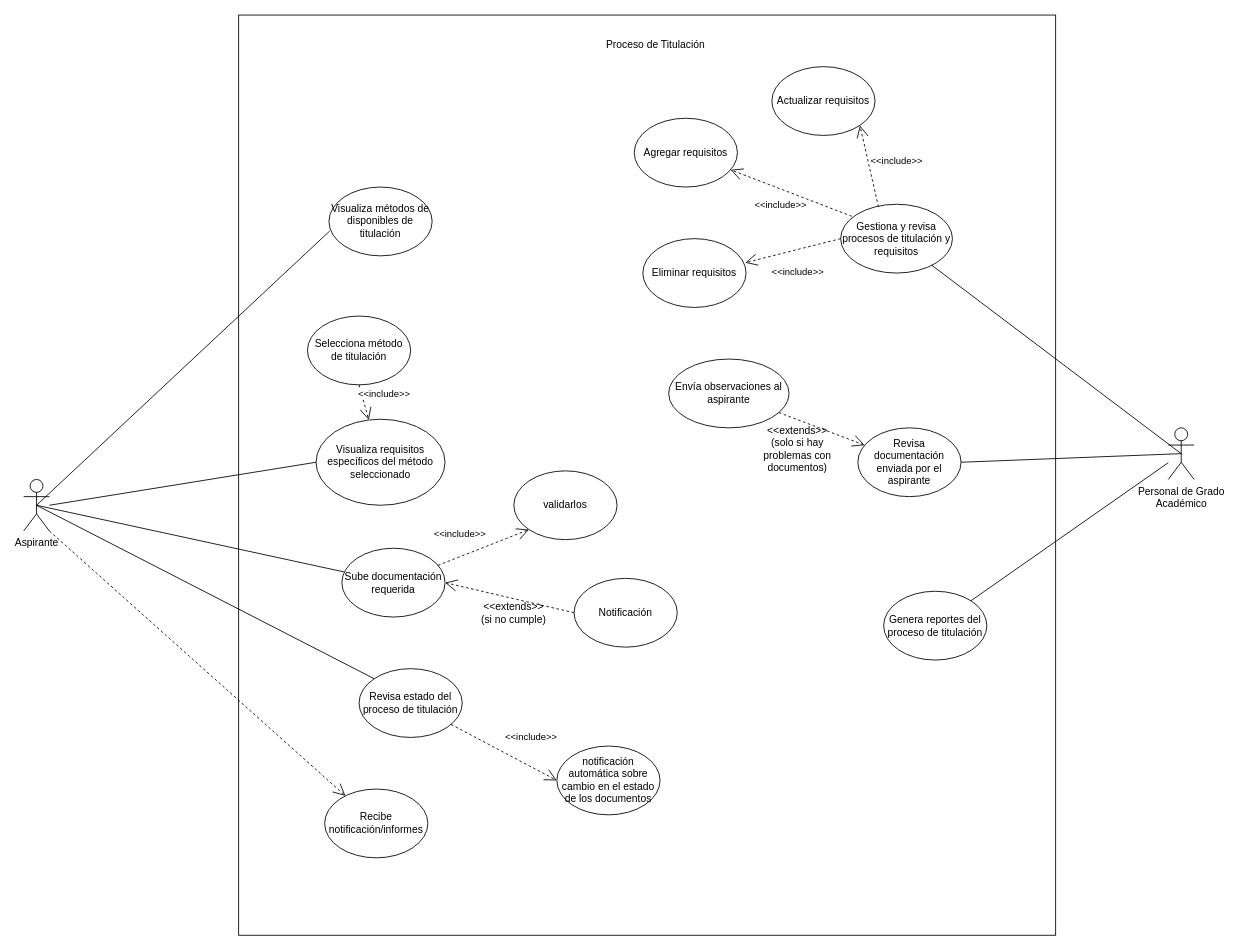
The draw.io diagram caso_uso_titulate.drawio in DrAtl30/potro_titulate, before the edit. Source tidied: cells renumbered, new cells numbered last; positions are measured from the earlier drawing's top-left corner, leaving out a move shared by most shapes. Both pictures are drawn from the tidied source at 86%, with x=0, y=0 at pixel (23, 15).
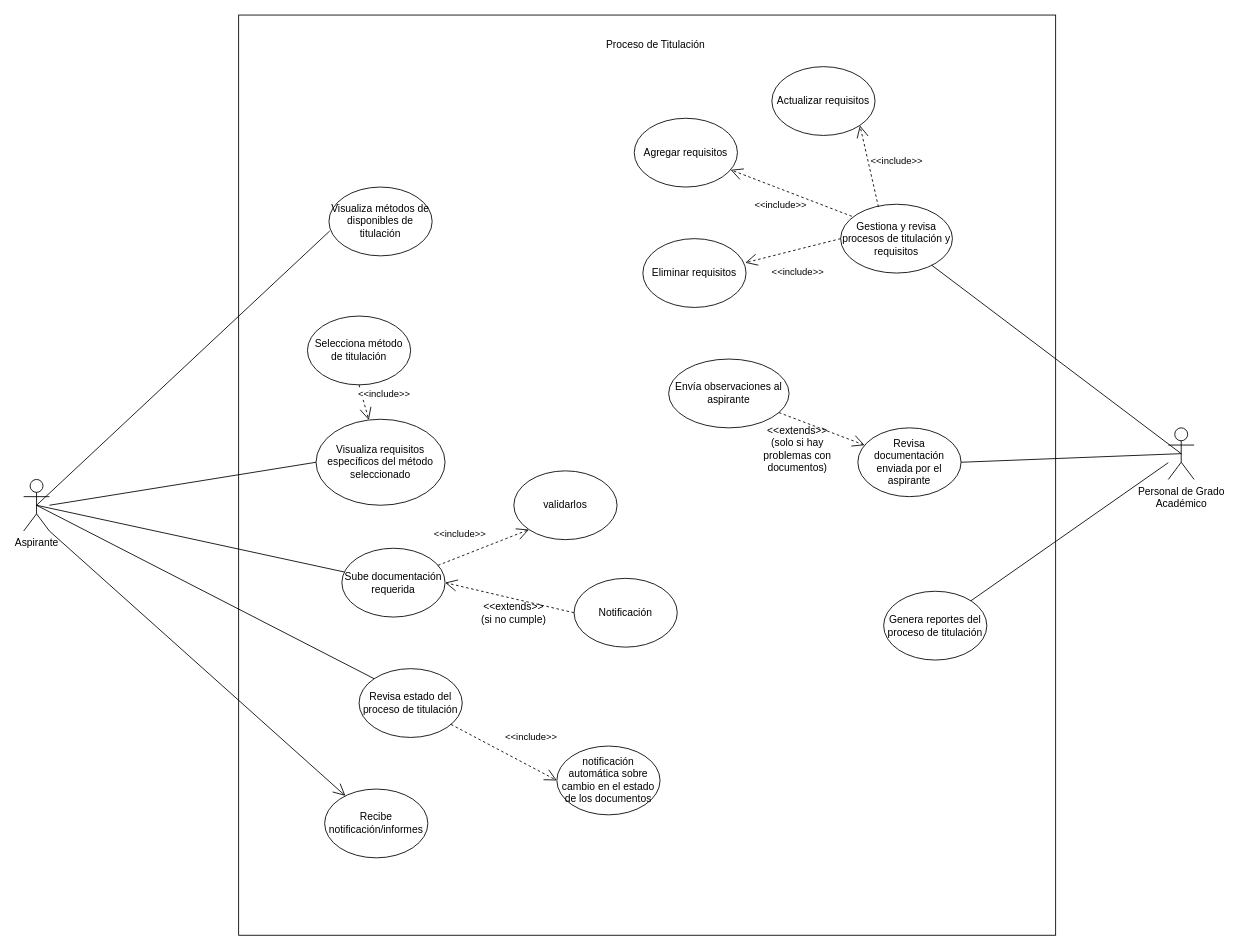
The same page after the edit.

Unchanged cells that the change refers to:
```xml
<mxCell id="3" value="Aspirante" style="shape=umlActor;verticalLabelPosition=bottom;verticalAlign=top;html=1;outlineConnect=0;" parent="1" vertex="1">
  <mxGeometry y="540" width="30" height="60" as="geometry" />
</mxCell>
<mxCell id="13" value="Recibe notificación/informes" style="ellipse;whiteSpace=wrap;html=1;" parent="1" vertex="1">
  <mxGeometry x="350" y="900" width="120" height="80" as="geometry" />
</mxCell>
```

What changed in the source:
```diff
@@
-    <mxCell id="37" style="endArrow=open;endSize=12;dashed=1;html=1;rounded=0;exitX=1;exitY=1;exitDx=0;exitDy=0;exitPerimeter=0;" parent="1" edge="1" source="3" target="13">
+    <mxCell id="37" style="endArrow=open;endSize=12;html=1;rounded=0;exitX=1;exitY=1;exitDx=0;exitDy=0;exitPerimeter=0;" parent="1" edge="1" source="3" target="13">
       <mxGeometry relative="1" as="geometry" />
     </mxCell>
```
